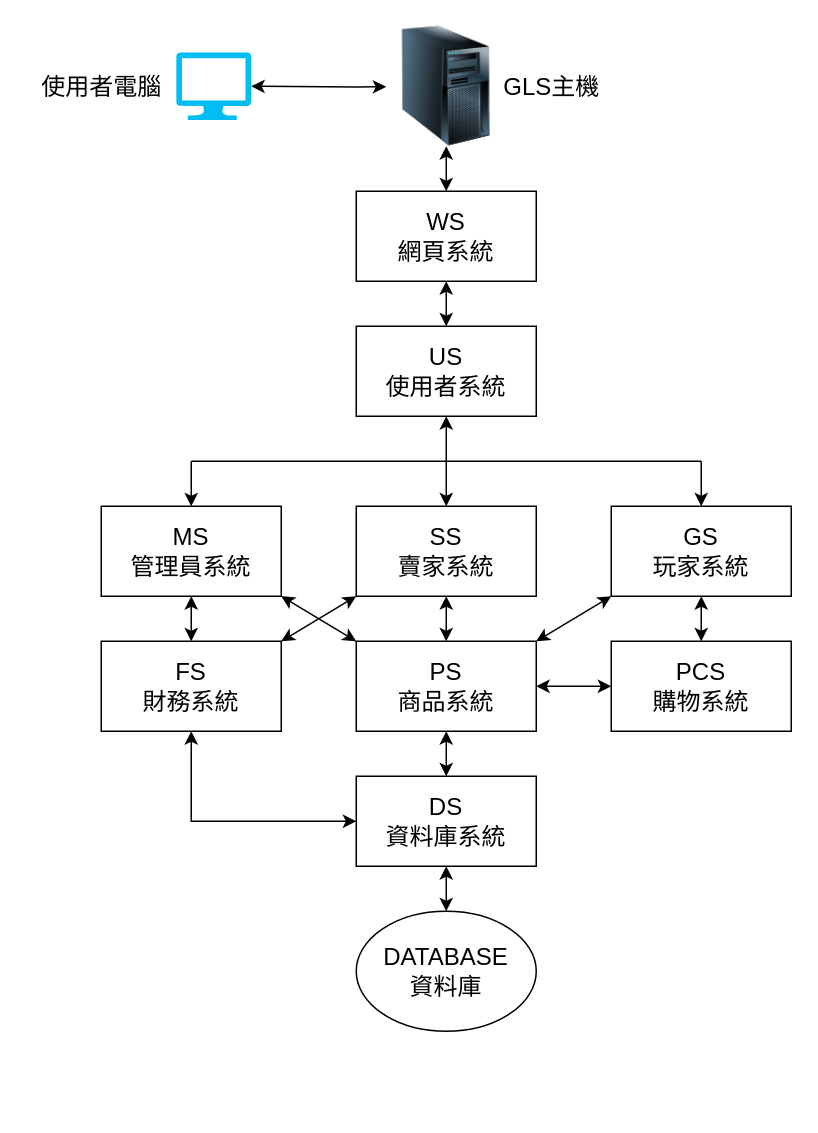
The draw.io diagram page "System Architecture Diagram" (1 of 3) of DBMS.drawio in 13urgerKing/109-1DBMS, before the edit. Source tidied: cells renumbered, new cells numbered last; positions are measured from the earlier drawing's top-left corner, leaving out a move shared by most shapes. Both pictures are drawn from the tidied source at 150%, with x=0, y=0 at pixel (26, 26).
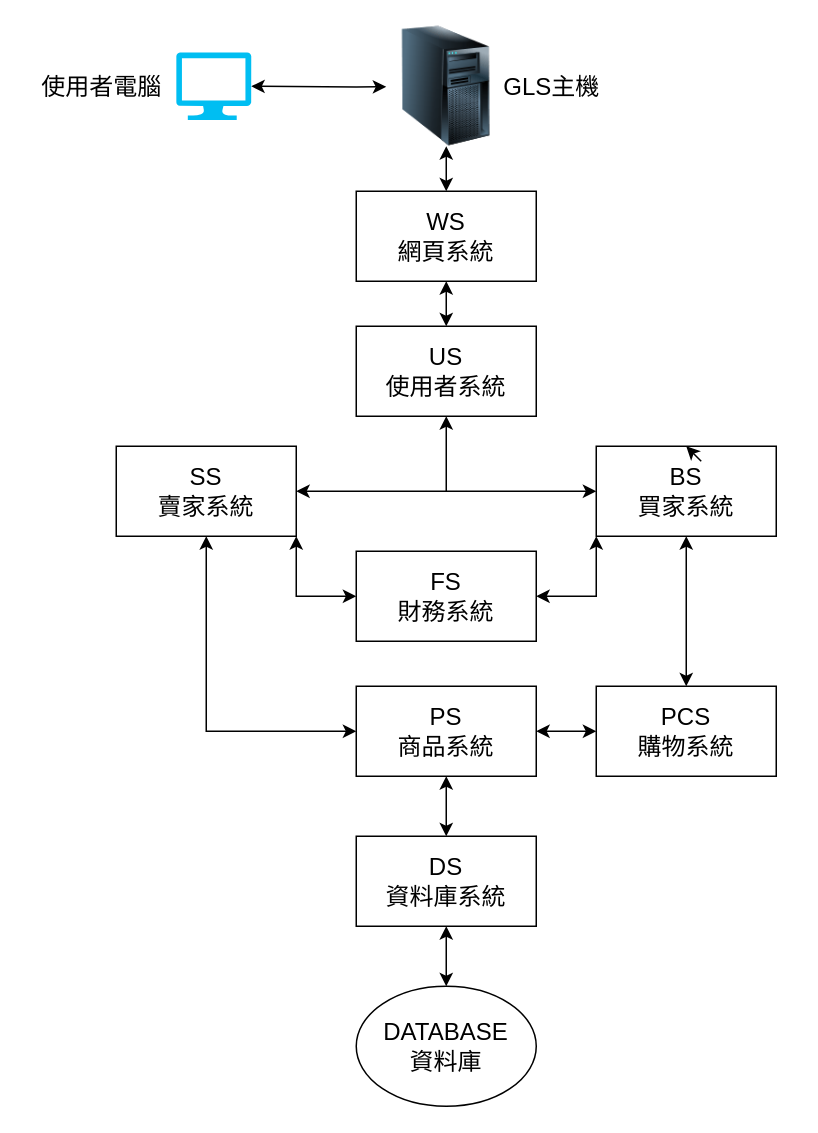
The same page after the edit.

The change refers to these unchanged cells:
```xml
<mxCell id="8" value="US&lt;br&gt;使用者系統" style="rounded=0;whiteSpace=wrap;html=1;fontSize=16;" parent="1" vertex="1">
  <mxGeometry x="220" y="200" width="120" height="60" as="geometry" />
</mxCell>
```

The edit, as a diff of the source:
```diff
@@
+    <mxCell id="33" style="edgeStyle=none;rounded=0;jettySize=auto;html=1;exitX=0.5;exitY=1;exitDx=0;exitDy=0;startArrow=classic;startFill=1;endArrow=none;endFill=0;" parent="1" edge="1" source="8">
+      <mxGeometry relative="1" as="geometry">
+        <mxPoint x="280" y="310" as="targetPoint" />
+      </mxGeometry>
+    </mxCell>
@@
     <mxCell id="10" value="DS&lt;br&gt;資料庫系統" style="rounded=0;whiteSpace=wrap;html=1;fontSize=16;" parent="1" vertex="1">
-      <mxGeometry x="220" y="500" width="120" height="60" as="geometry" />
+      <mxGeometry x="220" y="540" width="120" height="60" as="geometry" />
     </mxCell>
     <mxCell id="11" value="DATABASE&lt;br&gt;資料庫" style="ellipse;whiteSpace=wrap;html=1;fontSize=16;" parent="1" vertex="1">
-      <mxGeometry x="220" y="590" width="120" height="80" as="geometry" />
+      <mxGeometry x="220" y="640" width="120" height="80" as="geometry" />
     </mxCell>
@@
-    <mxCell id="13" style="edgeStyle=none;rounded=0;jettySize=auto;html=1;exitX=0;exitY=1;exitDx=0;exitDy=0;entryX=1;entryY=0;entryDx=0;entryDy=0;startArrow=classic;startFill=1;endArrow=classic;endFill=1;fontSize=16;" parent="1" edge="1" source="14" target="26">
-      <mxGeometry relative="1" as="geometry" />
-    </mxCell>
+    <mxCell id="34" style="edgeStyle=none;rounded=0;jettySize=auto;html=1;exitX=0;exitY=1;exitDx=0;exitDy=0;entryX=1;entryY=0.5;entryDx=0;entryDy=0;startArrow=classic;startFill=1;endArrow=classic;endFill=1;" parent="1" edge="1" source="14" target="24">
+      <mxGeometry relative="1" as="geometry">
+        <Array as="points">
+          <mxPoint x="380" y="380" />
+        </Array>
+      </mxGeometry>
+    </mxCell>
-    <mxCell id="14" value="GS&lt;br&gt;玩家系統" style="rounded=0;whiteSpace=wrap;html=1;fontSize=16;" parent="1" vertex="1">
-      <mxGeometry x="390" y="320" width="120" height="60" as="geometry" />
+    <mxCell id="14" value="BS&lt;br&gt;買家系統" style="rounded=0;whiteSpace=wrap;html=1;fontSize=16;" parent="1" vertex="1">
+      <mxGeometry x="380" y="280" width="120" height="60" as="geometry" />
     </mxCell>
@@
-    <mxCell id="17" style="edgeStyle=none;rounded=0;jettySize=auto;html=1;exitX=1;exitY=1;exitDx=0;exitDy=0;entryX=0;entryY=0;entryDx=0;entryDy=0;startArrow=classic;startFill=1;endArrow=classic;endFill=1;fontSize=16;" parent="1" edge="1" source="18" target="26">
-      <mxGeometry relative="1" as="geometry" />
-    </mxCell>
-    <mxCell id="18" value="MS&lt;br&gt;管理員系統" style="rounded=0;whiteSpace=wrap;html=1;fontSize=16;" parent="1" vertex="1">
-      <mxGeometry x="50" y="320" width="120" height="60" as="geometry" />
-    </mxCell>
     <mxCell id="19" style="edgeStyle=none;rounded=0;jettySize=auto;html=1;exitX=0.5;exitY=1;exitDx=0;exitDy=0;startArrow=classic;startFill=1;endArrow=classic;endFill=1;fontSize=16;" parent="1" edge="1" source="22" target="26">
-      <mxGeometry relative="1" as="geometry" />
+      <mxGeometry relative="1" as="geometry">
+        <Array as="points">
+          <mxPoint x="120" y="470" />
+        </Array>
+      </mxGeometry>
     </mxCell>
+    <mxCell id="35" style="edgeStyle=none;rounded=0;jettySize=auto;html=1;exitX=1;exitY=0.5;exitDx=0;exitDy=0;entryX=0;entryY=0.5;entryDx=0;entryDy=0;startArrow=classic;startFill=1;endArrow=classic;endFill=1;" parent="1" edge="1" source="22" target="14">
+      <mxGeometry relative="1" as="geometry" />
+    </mxCell>
-    <mxCell id="20" style="edgeStyle=none;rounded=0;jettySize=auto;html=1;exitX=0;exitY=1;exitDx=0;exitDy=0;entryX=1;entryY=0;entryDx=0;entryDy=0;startArrow=classic;startFill=1;endArrow=classic;endFill=1;fontSize=16;" parent="1" edge="1" source="22" target="24">
-      <mxGeometry relative="1" as="geometry" />
+    <mxCell id="20" style="edgeStyle=none;rounded=0;jettySize=auto;html=1;exitX=1;exitY=1;exitDx=0;exitDy=0;entryX=0;entryY=0.5;entryDx=0;entryDy=0;startArrow=classic;startFill=1;endArrow=classic;endFill=1;" parent="1" edge="1" source="22" target="24">
+      <mxGeometry relative="1" as="geometry">
+        <Array as="points">
+          <mxPoint x="180" y="380" />
+        </Array>
+      </mxGeometry>
     </mxCell>
-    <mxCell id="21" style="edgeStyle=none;rounded=0;jettySize=auto;html=1;startArrow=classic;startFill=1;endArrow=classic;endFill=1;fontSize=16;" parent="1" edge="1" source="22" target="8">
-      <mxGeometry relative="1" as="geometry" />
-    </mxCell>
     <mxCell id="22" value="SS&lt;br&gt;賣家系統" style="rounded=0;whiteSpace=wrap;html=1;fontSize=16;" parent="1" vertex="1">
-      <mxGeometry x="220" y="320" width="120" height="60" as="geometry" />
+      <mxGeometry x="60" y="280" width="120" height="60" as="geometry" />
     </mxCell>
-    <mxCell id="23" style="edgeStyle=none;rounded=0;jettySize=auto;html=1;exitX=0.5;exitY=1;exitDx=0;exitDy=0;entryX=0;entryY=0.5;entryDx=0;entryDy=0;startArrow=classic;startFill=1;endArrow=classic;endFill=1;fontSize=16;" parent="1" edge="1" source="24" target="10">
-      <mxGeometry relative="1" as="geometry">
-        <Array as="points">
-          <mxPoint x="110" y="530" />
-        </Array>
-      </mxGeometry>
-    </mxCell>
     <mxCell id="24" value="FS&lt;br&gt;財務系統" style="rounded=0;whiteSpace=wrap;html=1;fontSize=16;" parent="1" vertex="1">
-      <mxGeometry x="50" y="410" width="120" height="60" as="geometry" />
+      <mxGeometry x="220" y="350" width="120" height="60" as="geometry" />
     </mxCell>
@@
     <mxCell id="26" value="PS&lt;br&gt;商品系統" style="rounded=0;whiteSpace=wrap;html=1;fontSize=16;" parent="1" vertex="1">
-      <mxGeometry x="220" y="410" width="120" height="60" as="geometry" />
+      <mxGeometry x="220" y="440" width="120" height="60" as="geometry" />
     </mxCell>
@@
     <mxCell id="28" value="PCS&lt;br&gt;購物系統" style="rounded=0;whiteSpace=wrap;html=1;fontSize=16;" parent="1" vertex="1">
-      <mxGeometry x="390" y="410" width="120" height="60" as="geometry" />
+      <mxGeometry x="380" y="440" width="120" height="60" as="geometry" />
     </mxCell>
-    <mxCell id="29" style="endArrow=none;html=1;fontSize=16;" parent="1" edge="1">
-      <mxGeometry relative="1" as="geometry">
-        <mxPoint x="110" y="290" as="sourcePoint" />
-        <mxPoint x="450" y="290" as="targetPoint" />
-      </mxGeometry>
-    </mxCell>
@@
-    <mxCell id="31" style="endArrow=classic;html=1;fontSize=16;entryX=0.5;entryY=0;entryDx=0;entryDy=0;" parent="1" edge="1" target="18">
-      <mxGeometry relative="1" as="geometry">
-        <mxPoint x="110" y="290" as="sourcePoint" />
-      </mxGeometry>
-    </mxCell>
-    <mxCell id="32" style="endArrow=classic;html=1;fontSize=16;exitX=0.5;exitY=1;exitDx=0;exitDy=0;startArrow=classic;startFill=1;" parent="1" edge="1" source="18" target="24">
-      <mxGeometry relative="1" as="geometry" />
-    </mxCell>
```
